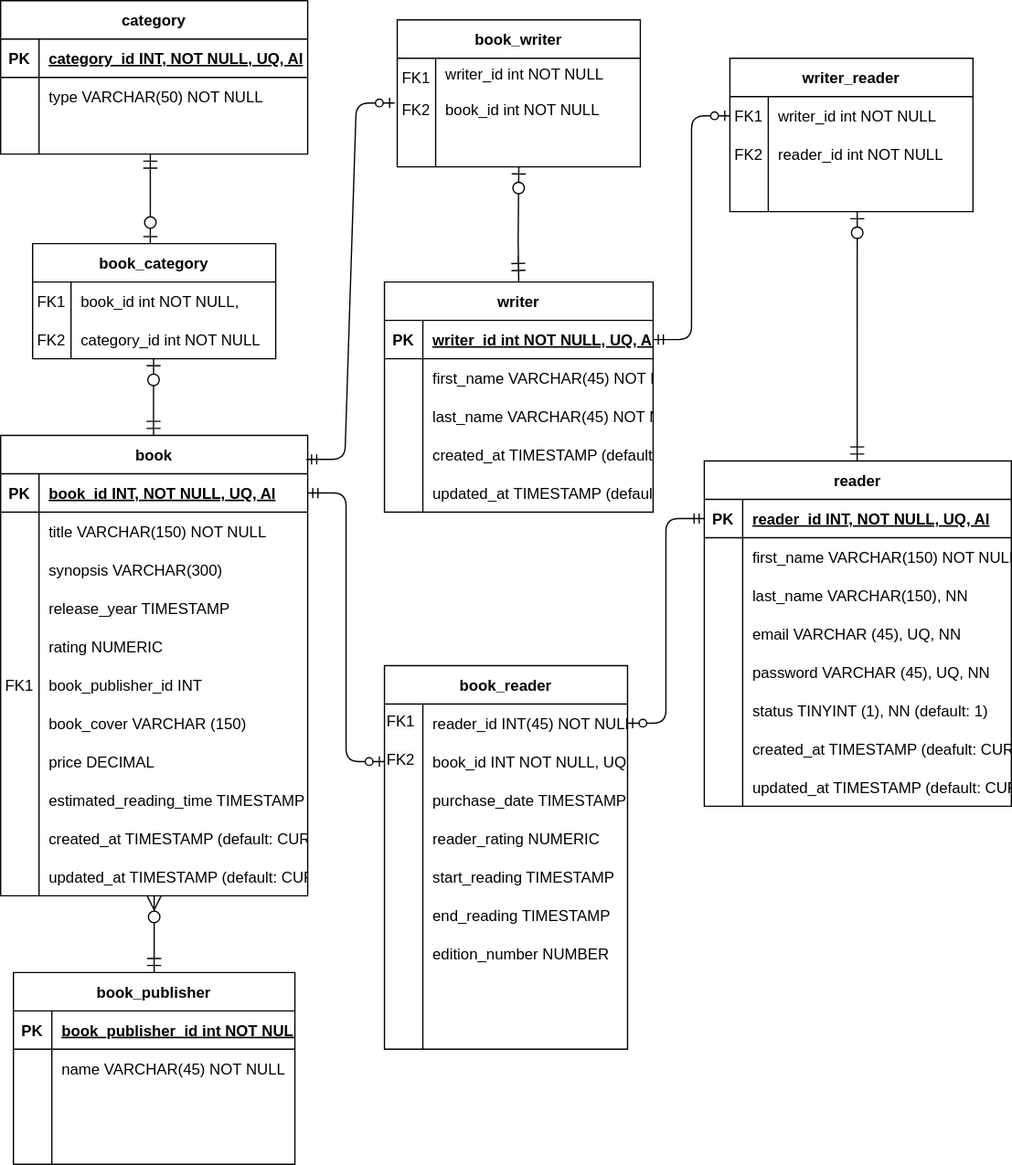
CristianaCostaPereira/BooketList keeps this draw.io diagram as Data_Base_Diagram.svg. Above is the earlier version. Source tidied: cells renumbered, new cells last; positions are measured from the earlier drawing's top-left corner, leaving out a move shared by most shapes.
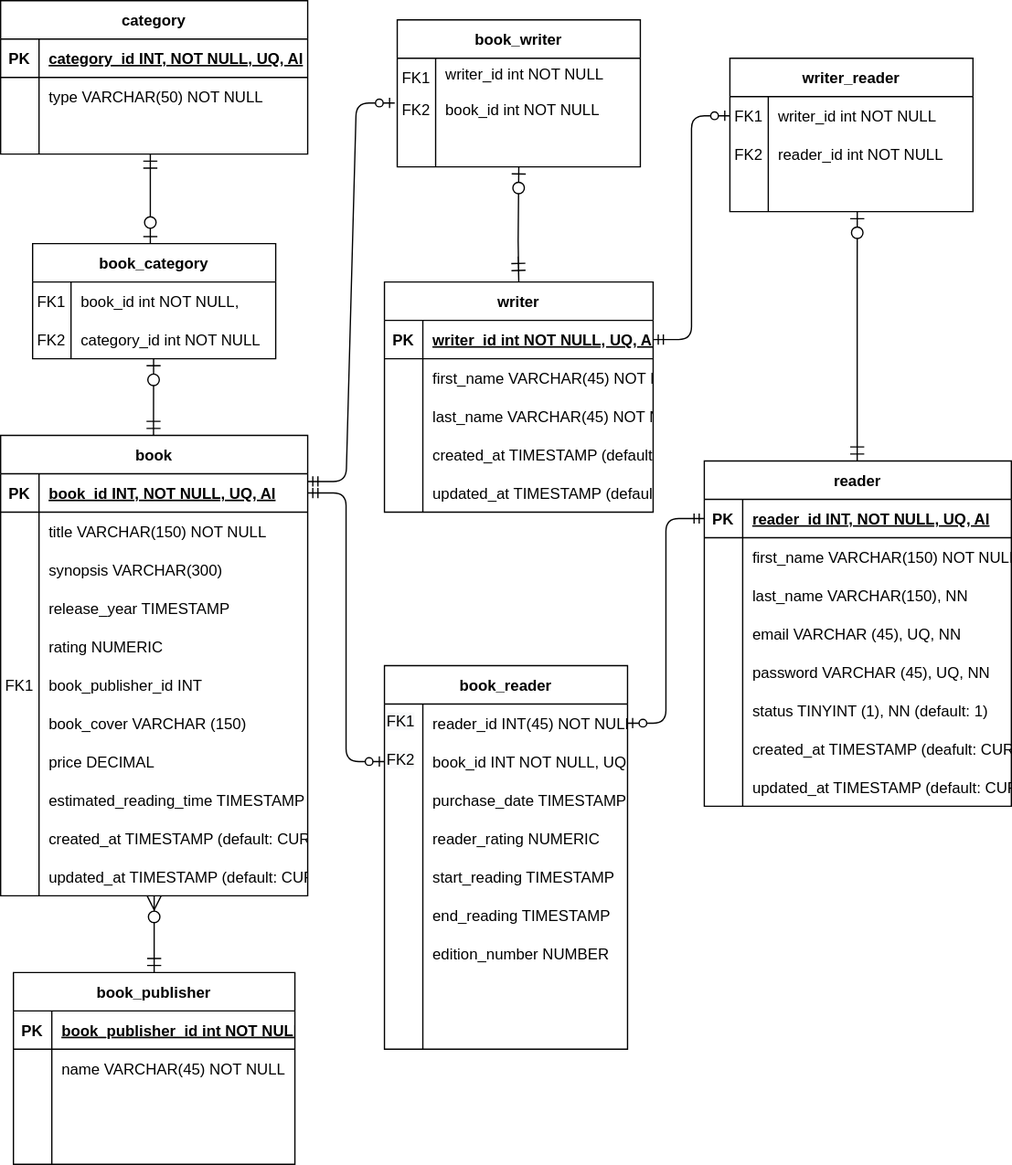
After the commit.

The edit, as a diff of the source:
```diff
@@ -219,7 +219,7 @@
     <mxCell id="69" value="FK1" style="shape=partialRectangle;overflow=hidden;fillColor=none;top=0;left=0;bottom=0;right=0;" parent="1" vertex="1">
       <mxGeometry y="520" width="30" height="30" as="geometry" />
     </mxCell>
-    <mxCell id="70" style="edgeStyle=entityRelationEdgeStyle;endArrow=ERzeroToOne;startArrow=ERmandOne;endFill=1;startFill=0;exitX=0.996;exitY=0.052;exitDx=0;exitDy=0;exitPerimeter=0;" parent="1" edge="1" source="35">
+    <mxCell id="70" style="edgeStyle=entityRelationEdgeStyle;endArrow=ERzeroToOne;startArrow=ERmandOne;endFill=1;startFill=0;exitX=1;exitY=0.2;exitDx=0;exitDy=0;exitPerimeter=0;" parent="1" edge="1" source="36">
       <mxGeometry relative="1" as="geometry">
         <mxPoint x="308" y="80" as="targetPoint" />
       </mxGeometry>
```
